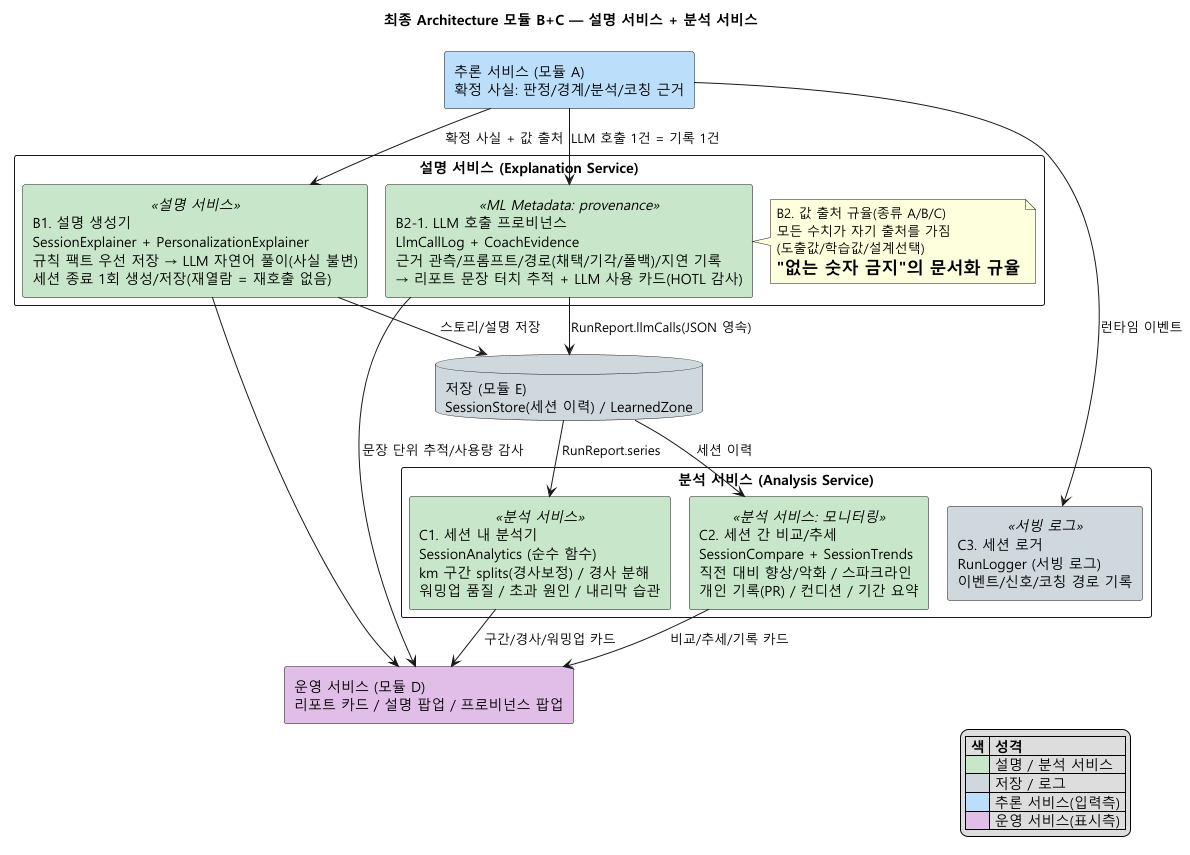
tenyearslove/zone2runner keeps this PlantUML diagram as docs/img/06b-module-explain-analysis.png. Above is the earlier version. The source it was exported from:
```plantuml
@startuml
!pragma layout smetana
title 최종 Architecture 모듈 B+C — 설명 서비스 + 분석 서비스
skinparam defaultFontName "Malgun Gothic"
skinparam componentStyle rectangle
skinparam shadowing false
skinparam packageStyle rectangle
skinparam linetype ortho

component "추론 서비스 (모듈 A)\n확정 사실: 판정/경계/분석/코칭 근거" as INF #BBDEFB
database "저장 (모듈 E)\nSessionStore(세션 이력) / LearnedZone" as STORE #CFD8DC

package "설명 서비스 (Explanation Service)" {
  component "B1. 설명 생성기\nSessionExplainer + PersonalizationExplainer\n규칙 팩트 우선 저장 → LLM 자연어 풀이(사실 불변)\n세션 종료 1회 생성/저장(재열람 = 재호출 없음)" <<설명 서비스>> as B1 #C8E6C9
  component "B2-1. LLM 호출 프로비넌스\nLlmCallLog + CoachEvidence\n근거 관측/프롬프트/경로(채택/기각/폴백)/지연 기록\n→ 리포트 문장 터치 추적 + LLM 사용 카드(HOTL 감사)" <<ML Metadata: provenance>> as B21 #C8E6C9
  note right of B21
    B2. 값 출처 규율(종류 A/B/C)
    모든 수치가 자기 출처를 가짐
    (도출값/학습값/설계선택)
    = "없는 숫자 금지"의 문서화 규율
  end note
}

package "분석 서비스 (Analysis Service)" {
  component "C1. 세션 내 분석기\nSessionAnalytics (순수 함수)\nkm 구간 splits(경사보정) / 경사 분해\n워밍업 품질 / 초과 원인 / 내리막 습관" <<분석 서비스>> as C1 #C8E6C9
  component "C2. 세션 간 비교/추세\nSessionCompare + SessionTrends\n직전 대비 향상/악화 / 스파크라인\n개인 기록(PR) / 컨디션 / 기간 요약" <<분석 서비스: 모니터링>> as C2 #C8E6C9
  component "C3. 세션 로거\nRunLogger (서빙 로그)\n이벤트/신호/코칭 경로 기록" <<서빙 로그>> as C3 #CFD8DC
}

component "운영 서비스 (모듈 D)\n리포트 카드 / 설명 팝업 / 프로비넌스 팝업" as OPS #E1BEE7

INF --> B1 : 확정 사실 + 값 출처
INF --> B21 : LLM 호출 1건 = 기록 1건
INF --> C3 : 런타임 이벤트
STORE --> C1 : RunReport.series
STORE --> C2 : 세션 이력
B21 --> STORE : RunReport.llmCalls(JSON 영속)
B1 --> STORE : 스토리/설명 저장
B1 --> OPS
B21 --> OPS : 문장 단위 추적/사용량 감사
C1 --> OPS : 구간/경사/워밍업 카드
C2 --> OPS : 비교/추세/기록 카드

legend right
|= 색 |= 성격 |
|<#C8E6C9>| 설명 / 분석 서비스 |
|<#CFD8DC>| 저장 / 로그 |
|<#BBDEFB>| 추론 서비스(입력측) |
|<#E1BEE7>| 운영 서비스(표시측) |
endlegend
@enduml
```
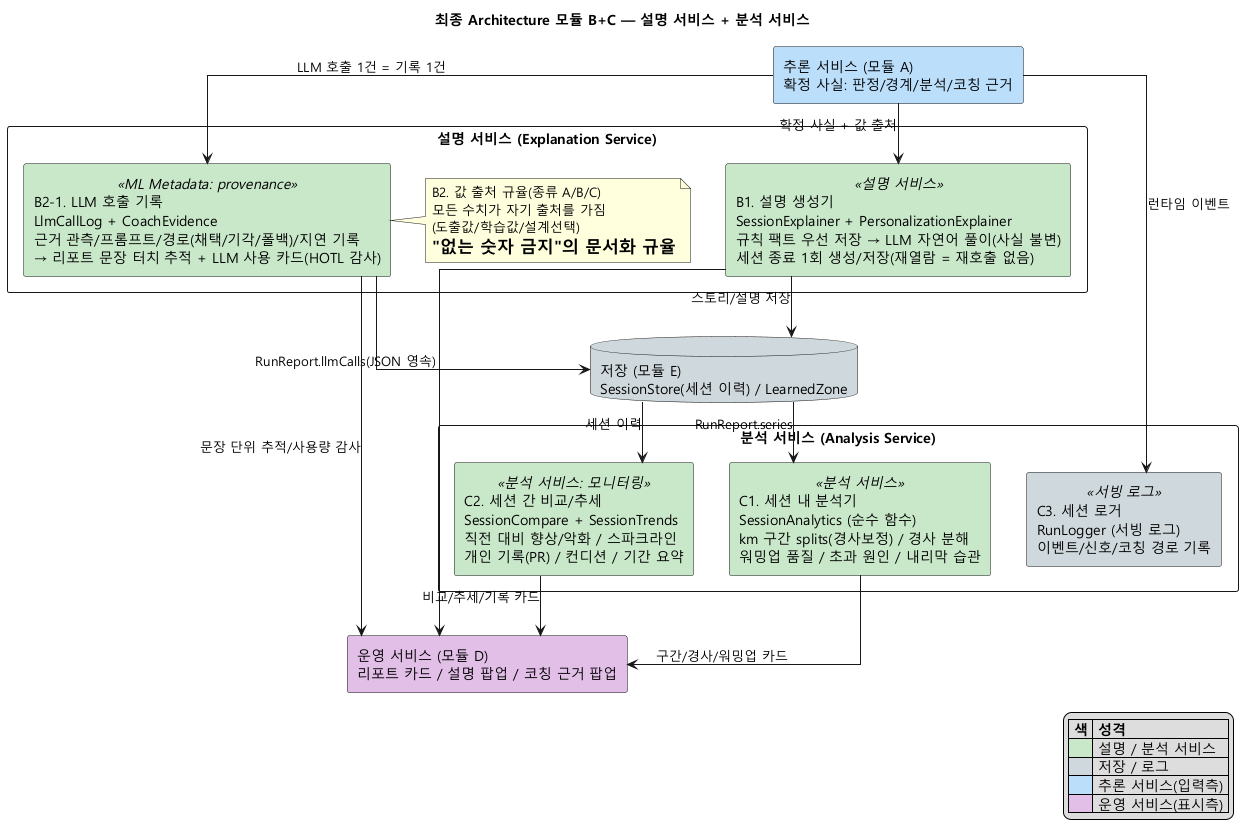
Later version of the same file.

Change to the diagram source:
```diff
@@ -1,5 +1,4 @@
 @startuml
-!pragma layout smetana
 title 최종 Architecture 모듈 B+C — 설명 서비스 + 분석 서비스
 skinparam defaultFontName "Malgun Gothic"
 skinparam componentStyle rectangle
@@ -12,7 +11,7 @@
 
 package "설명 서비스 (Explanation Service)" {
   component "B1. 설명 생성기\nSessionExplainer + PersonalizationExplainer\n규칙 팩트 우선 저장 → LLM 자연어 풀이(사실 불변)\n세션 종료 1회 생성/저장(재열람 = 재호출 없음)" <<설명 서비스>> as B1 #C8E6C9
-  component "B2-1. LLM 호출 프로비넌스\nLlmCallLog + CoachEvidence\n근거 관측/프롬프트/경로(채택/기각/폴백)/지연 기록\n→ 리포트 문장 터치 추적 + LLM 사용 카드(HOTL 감사)" <<ML Metadata: provenance>> as B21 #C8E6C9
+  component "B2-1. LLM 호출 기록\nLlmCallLog + CoachEvidence\n근거 관측/프롬프트/경로(채택/기각/폴백)/지연 기록\n→ 리포트 문장 터치 추적 + LLM 사용 카드(HOTL 감사)" <<ML Metadata: provenance>> as B21 #C8E6C9
   note right of B21
     B2. 값 출처 규율(종류 A/B/C)
     모든 수치가 자기 출처를 가짐
@@ -27,7 +26,7 @@
   component "C3. 세션 로거\nRunLogger (서빙 로그)\n이벤트/신호/코칭 경로 기록" <<서빙 로그>> as C3 #CFD8DC
 }
 
-component "운영 서비스 (모듈 D)\n리포트 카드 / 설명 팝업 / 프로비넌스 팝업" as OPS #E1BEE7
+component "운영 서비스 (모듈 D)\n리포트 카드 / 설명 팝업 / 코칭 근거 팝업" as OPS #E1BEE7
 
 INF --> B1 : 확정 사실 + 값 출처
 INF --> B21 : LLM 호출 1건 = 기록 1건
```
